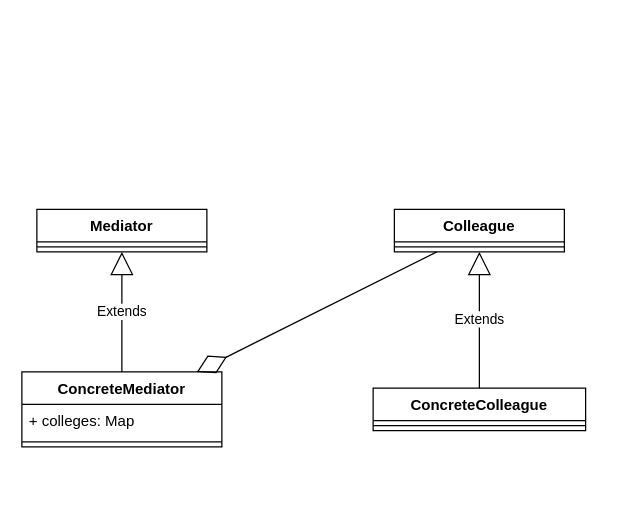
This is DesignPattern/src/main/java/org/example/mediator/mediator.drawio from cmygit/yiyi-codebase, a draw.io file, before an edit. Source tidied: cells renumbered, new cells numbered last; positions are measured from the earlier drawing's top-left corner, leaving out a move shared by most shapes. Both pictures are drawn from the tidied source at 125%, with x=0, y=0 at pixel (21, 209).
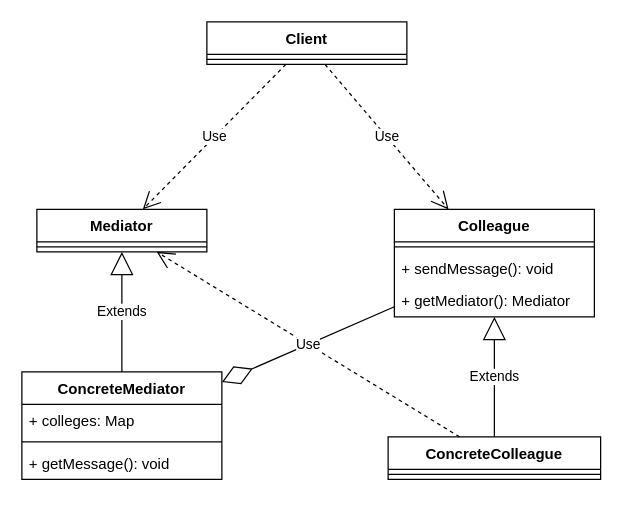
The same diagram, later.

The change refers to these unchanged cells:
```xml
<mxCell id="2" value="Mediator" style="swimlane;fontStyle=1;align=center;verticalAlign=top;horizontal=1;startSize=26;" parent="1" vertex="1">
  <mxGeometry x="12" width="136" height="34" as="geometry" />
</mxCell>
```

Change to the diagram source:
```diff
@@
     <mxCell id="4" value="ConcreteMediator" style="swimlane;fontStyle=1;align=center;verticalAlign=top;horizontal=1;startSize=26;" parent="1" vertex="1">
-      <mxGeometry y="130" width="160" height="60" as="geometry" />
+      <mxGeometry y="130" width="160" height="86" as="geometry" />
     </mxCell>
@@
+    <mxCell id="14" value="+ getMessage(): void" style="text;strokeColor=none;fillColor=none;align=left;verticalAlign=top;spacingLeft=4;spacingRight=4;overflow=hidden;" parent="4" vertex="1">
+      <mxGeometry y="60" width="160" height="26" as="geometry" />
+    </mxCell>
@@
     <mxCell id="8" value="Colleague" style="swimlane;fontStyle=1;align=center;verticalAlign=top;horizontal=1;startSize=26;" parent="1" vertex="1">
-      <mxGeometry x="298" width="136" height="34" as="geometry" />
+      <mxGeometry x="298" width="160" height="86" as="geometry" />
     </mxCell>
     <mxCell id="9" style="line;strokeWidth=1;fillColor=none;align=left;verticalAlign=middle;spacingTop=-1;spacingLeft=3;spacingRight=3;labelPosition=right;" parent="8" vertex="1">
-      <mxGeometry y="26" width="136" height="8" as="geometry" />
+      <mxGeometry y="26" width="160" height="8" as="geometry" />
     </mxCell>
+    <mxCell id="15" value="+ sendMessage(): void" style="text;strokeColor=none;fillColor=none;align=left;verticalAlign=top;spacingLeft=4;spacingRight=4;overflow=hidden;" parent="8" vertex="1">
+      <mxGeometry y="34" width="160" height="26" as="geometry" />
+    </mxCell>
+    <mxCell id="16" value="+ getMediator(): Mediator" style="text;strokeColor=none;fillColor=none;align=left;verticalAlign=top;spacingLeft=4;spacingRight=4;overflow=hidden;" parent="8" vertex="1">
+      <mxGeometry y="60" width="160" height="26" as="geometry" />
+    </mxCell>
@@
     <mxCell id="12" value="ConcreteColleague" style="swimlane;fontStyle=1;align=center;verticalAlign=top;horizontal=1;startSize=26;" parent="1" vertex="1">
-      <mxGeometry x="281" y="143" width="170" height="34" as="geometry" />
+      <mxGeometry x="293" y="182" width="170" height="34" as="geometry" />
     </mxCell>
@@
+    <mxCell id="17" value="Use" style="endArrow=open;endSize=12;dashed=1;html=1;" parent="1" edge="1" source="12" target="2">
+      <mxGeometry relative="1" as="geometry" />
+    </mxCell>
+    <mxCell id="18" value="Use" style="endArrow=open;endSize=12;dashed=1;html=1;" parent="1" edge="1" source="20" target="2">
+      <mxGeometry relative="1" as="geometry" />
+    </mxCell>
+    <mxCell id="19" value="Use" style="endArrow=open;endSize=12;dashed=1;html=1;" parent="1" edge="1" source="20" target="8">
+      <mxGeometry relative="1" as="geometry" />
+    </mxCell>
+    <mxCell id="20" value="Client" style="swimlane;fontStyle=1;align=center;verticalAlign=top;horizontal=1;startSize=26;" parent="1" vertex="1">
+      <mxGeometry x="148" y="-150" width="160" height="34" as="geometry" />
+    </mxCell>
+    <mxCell id="21" style="line;strokeWidth=1;fillColor=none;align=left;verticalAlign=middle;spacingTop=-1;spacingLeft=3;spacingRight=3;labelPosition=right;" parent="20" vertex="1">
+      <mxGeometry y="26" width="160" height="8" as="geometry" />
+    </mxCell>
```
